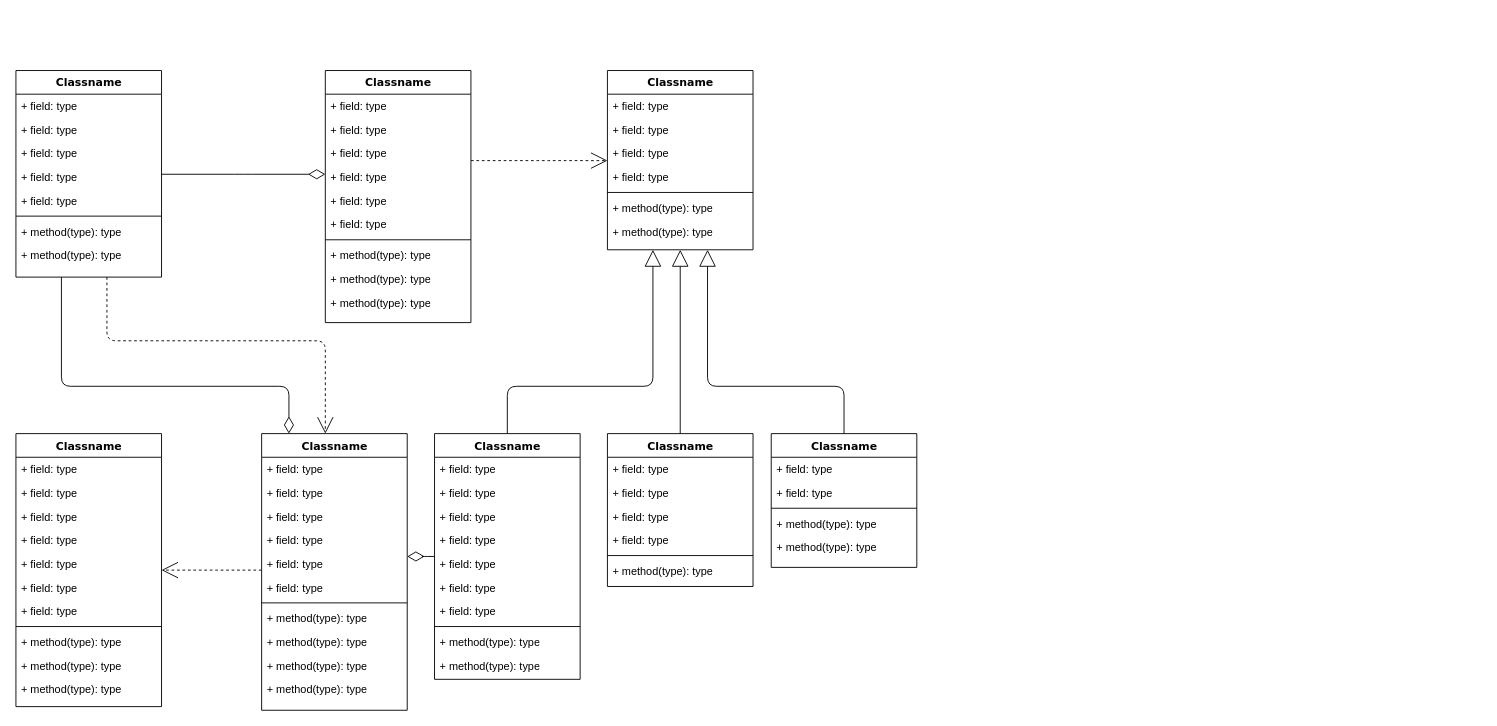
Above: design.drawio in ISDevLearn/Blog-OA-System (draw.io), before the change. Source tidied: cells renumbered, new cells numbered last; positions are measured from the earlier drawing's top-left corner, leaving out a move shared by most shapes. Both pictures are drawn from the tidied source at 91%, with x=0, y=0 at pixel (15, 70).
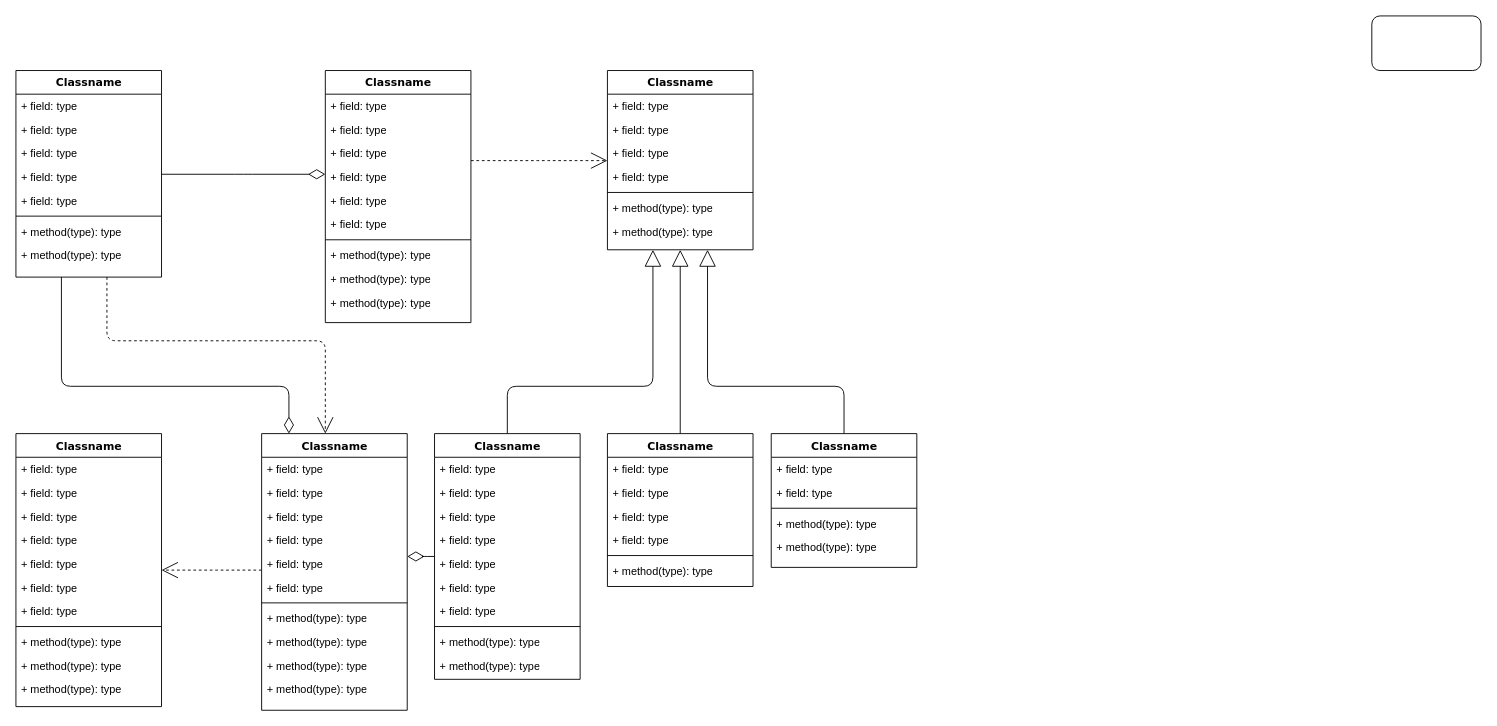
The same page after the edit.

Diff of the diagram source:
```diff
@@
+    <mxCell id="87" style="rounded=1;whiteSpace=wrap;html=1;" parent="1" vertex="1">
+      <mxGeometry x="1490" y="-60" width="120" height="60" as="geometry" />
+    </mxCell>
```
